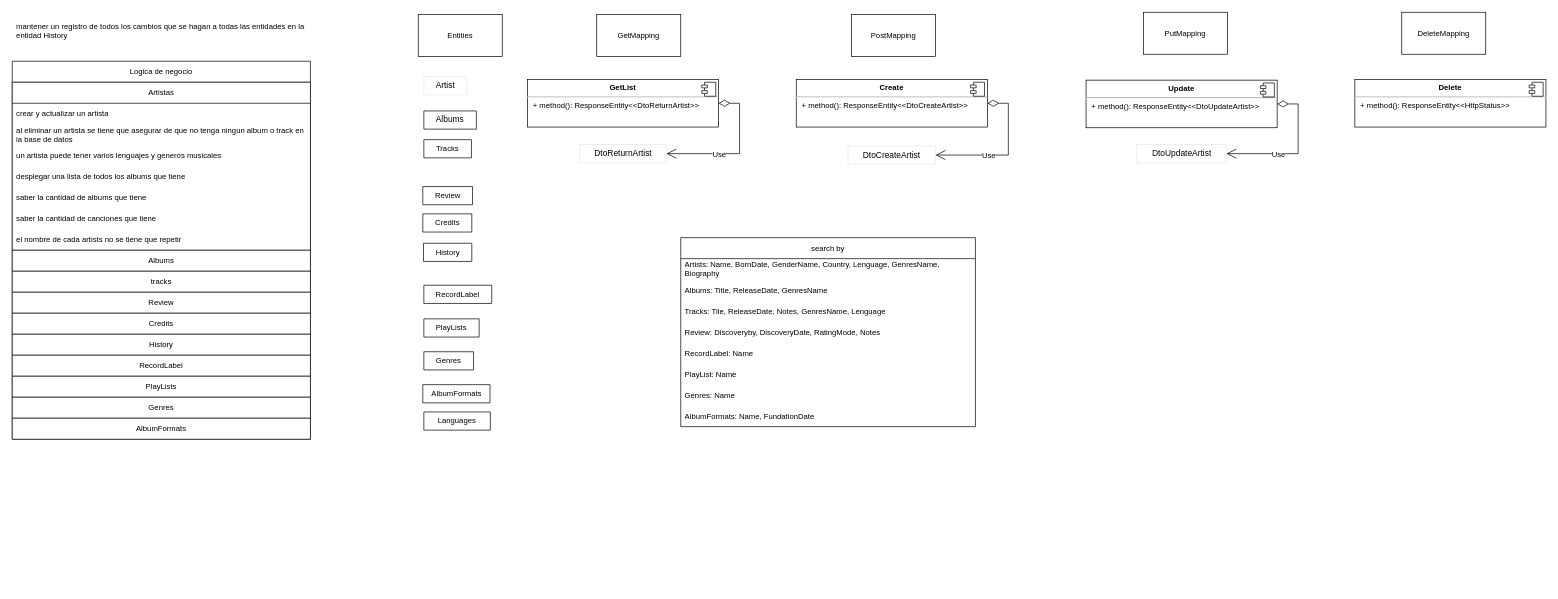
Before: page "planificando restful api" (4 of 4) of digrams.drawio in GutengMorgen/ShzTy, a draw.io diagram. Source tidied: cells renumbered, new cells numbered last; positions are measured from the earlier drawing's top-left corner, leaving out a move shared by most shapes. Both pictures are drawn from the tidied source at 70%, with x=0, y=0 at pixel (12, 12).
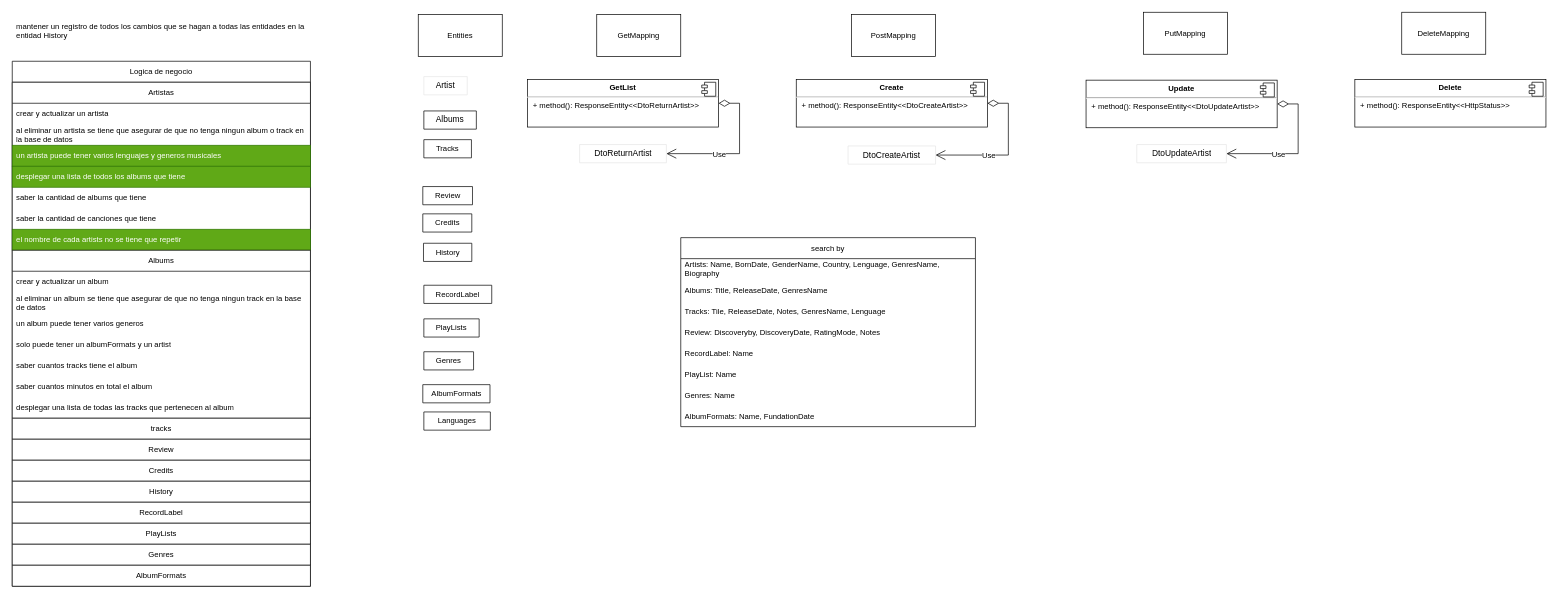
Above is the later version.

The change refers to these unchanged cells:
```xml
<mxCell id="35" value="Artistas" style="swimlane;fontStyle=0;horizontal=1;startSize=30;whiteSpace=wrap;html=1;fontFamily=Helvetica;fontSize=11;fontColor=default;swimlaneFillColor=default;" parent="34" vertex="1">
  <mxGeometry y="30" width="426" height="240" as="geometry" />
</mxCell>
```

Diff of the diagram source:
```diff
@@
     <mxCell id="34" value="Logica de negocio" style="swimlane;fontStyle=0;horizontal=1;startSize=30;whiteSpace=wrap;html=1;strokeColor=default;fontFamily=Helvetica;fontSize=11;fontColor=default;fillColor=default;" parent="1" vertex="1">
-      <mxGeometry y="70" width="426" height="540" as="geometry" />
+      <mxGeometry y="70" width="426" height="750" as="geometry" />
     </mxCell>
@@
-    <mxCell id="38" value="un artista puede tener varios lenguajes y generos musicales" style="text;strokeColor=none;fillColor=none;align=left;verticalAlign=middle;spacingLeft=4;spacingRight=4;overflow=hidden;whiteSpace=wrap;html=1;fontSize=11;fontFamily=Helvetica;fontColor=default;" parent="35" vertex="1">
+    <mxCell id="38" value="un artista puede tener varios lenguajes y generos musicales" style="text;strokeColor=#2D7600;fillColor=#60a917;align=left;verticalAlign=middle;spacingLeft=4;spacingRight=4;overflow=hidden;whiteSpace=wrap;html=1;fontSize=11;fontFamily=Helvetica;fontColor=#ffffff;" parent="35" vertex="1">
       <mxGeometry y="90" width="426" height="30" as="geometry" />
     </mxCell>
-    <mxCell id="39" value="desplegar una lista de todos los albums que tiene" style="text;strokeColor=none;fillColor=none;align=left;verticalAlign=middle;spacingLeft=4;spacingRight=4;overflow=hidden;whiteSpace=wrap;html=1;fontSize=11;fontFamily=Helvetica;fontColor=default;" parent="35" vertex="1">
+    <mxCell id="39" value="desplegar una lista de todos los albums que tiene" style="text;strokeColor=#2D7600;fillColor=#60a917;align=left;verticalAlign=middle;spacingLeft=4;spacingRight=4;overflow=hidden;whiteSpace=wrap;html=1;fontSize=11;fontFamily=Helvetica;fontColor=#ffffff;" parent="35" vertex="1">
       <mxGeometry y="120" width="426" height="30" as="geometry" />
     </mxCell>
@@
-    <mxCell id="42" value="el nombre de cada artists no se tiene que repetir" style="text;strokeColor=none;fillColor=none;align=left;verticalAlign=middle;spacingLeft=4;spacingRight=4;overflow=hidden;whiteSpace=wrap;html=1;fontSize=11;fontFamily=Helvetica;fontColor=default;" parent="35" vertex="1">
+    <mxCell id="42" value="el nombre de cada artists no se tiene que repetir" style="text;strokeColor=#2D7600;fillColor=#60a917;align=left;verticalAlign=middle;spacingLeft=4;spacingRight=4;overflow=hidden;whiteSpace=wrap;html=1;fontSize=11;fontFamily=Helvetica;fontColor=#ffffff;" parent="35" vertex="1">
       <mxGeometry y="210" width="426" height="30" as="geometry" />
     </mxCell>
-    <mxCell id="43" value="Albums" style="swimlane;fontStyle=0;horizontal=1;startSize=30;whiteSpace=wrap;html=1;fontFamily=Helvetica;fontSize=11;fontColor=default;swimlaneFillColor=default;" parent="34" vertex="1" collapsed="1">
-      <mxGeometry y="270" width="426" height="30" as="geometry" />
+    <mxCell id="43" value="Albums" style="swimlane;fontStyle=0;horizontal=1;startSize=30;whiteSpace=wrap;html=1;fontFamily=Helvetica;fontSize=11;fontColor=default;swimlaneFillColor=default;" parent="34" vertex="1">
+      <mxGeometry y="270" width="426" height="240" as="geometry" />
     </mxCell>
+    <mxCell id="63" value="crear y actualizar un album" style="text;strokeColor=none;fillColor=none;align=left;verticalAlign=middle;spacingLeft=4;spacingRight=4;overflow=hidden;whiteSpace=wrap;html=1;fontSize=11;fontFamily=Helvetica;fontColor=default;" parent="43" vertex="1">
+      <mxGeometry y="30" width="426" height="30" as="geometry" />
+    </mxCell>
+    <mxCell id="64" value="al eliminar un album se tiene que asegurar de que no tenga ningun track en la base de datos" style="text;strokeColor=none;fillColor=none;align=left;verticalAlign=middle;spacingLeft=4;spacingRight=4;overflow=hidden;whiteSpace=wrap;html=1;fontSize=11;fontFamily=Helvetica;fontColor=default;" parent="43" vertex="1">
+      <mxGeometry y="60" width="426" height="30" as="geometry" />
+    </mxCell>
+    <mxCell id="65" value="un album puede tener varios generos" style="text;strokeColor=none;fillColor=none;align=left;verticalAlign=middle;spacingLeft=4;spacingRight=4;overflow=hidden;whiteSpace=wrap;html=1;fontSize=11;fontFamily=Helvetica;fontColor=default;" parent="43" vertex="1">
+      <mxGeometry y="90" width="426" height="30" as="geometry" />
+    </mxCell>
+    <mxCell id="66" value="solo puede tener un albumFormats y un artist" style="text;strokeColor=none;fillColor=none;align=left;verticalAlign=middle;spacingLeft=4;spacingRight=4;overflow=hidden;whiteSpace=wrap;html=1;fontSize=11;fontFamily=Helvetica;fontColor=default;" parent="43" vertex="1">
+      <mxGeometry y="120" width="426" height="30" as="geometry" />
+    </mxCell>
+    <mxCell id="67" value="saber cuantos tracks tiene el album" style="text;strokeColor=none;fillColor=none;align=left;verticalAlign=middle;spacingLeft=4;spacingRight=4;overflow=hidden;whiteSpace=wrap;html=1;fontSize=11;fontFamily=Helvetica;fontColor=default;" parent="43" vertex="1">
+      <mxGeometry y="150" width="426" height="30" as="geometry" />
+    </mxCell>
+    <mxCell id="68" value="saber cuantos minutos en total el album" style="text;strokeColor=none;fillColor=none;align=left;verticalAlign=middle;spacingLeft=4;spacingRight=4;overflow=hidden;whiteSpace=wrap;html=1;fontSize=11;fontFamily=Helvetica;fontColor=default;" parent="43" vertex="1">
+      <mxGeometry y="180" width="426" height="30" as="geometry" />
+    </mxCell>
+    <mxCell id="69" value="desplegar una lista de todas las tracks que pertenecen al album" style="text;strokeColor=none;fillColor=none;align=left;verticalAlign=middle;spacingLeft=4;spacingRight=4;overflow=hidden;whiteSpace=wrap;html=1;fontSize=11;fontFamily=Helvetica;fontColor=default;" parent="43" vertex="1">
+      <mxGeometry y="210" width="426" height="30" as="geometry" />
+    </mxCell>
     <mxCell id="44" value="tracks" style="swimlane;fontStyle=0;horizontal=1;startSize=30;whiteSpace=wrap;html=1;fontFamily=Helvetica;fontSize=11;fontColor=default;swimlaneFillColor=default;" parent="34" vertex="1" collapsed="1">
-      <mxGeometry y="300" width="426" height="30" as="geometry" />
+      <mxGeometry y="510" width="426" height="30" as="geometry" />
     </mxCell>
     <mxCell id="45" value="Review" style="swimlane;fontStyle=0;horizontal=1;startSize=30;whiteSpace=wrap;html=1;fontFamily=Helvetica;fontSize=11;fontColor=default;swimlaneFillColor=default;" parent="34" vertex="1" collapsed="1">
-      <mxGeometry y="330" width="426" height="30" as="geometry" />
+      <mxGeometry y="540" width="426" height="30" as="geometry" />
     </mxCell>
     <mxCell id="46" value="Credits" style="swimlane;fontStyle=0;horizontal=1;startSize=30;whiteSpace=wrap;html=1;fontFamily=Helvetica;fontSize=11;fontColor=default;swimlaneFillColor=default;" parent="34" vertex="1" collapsed="1">
-      <mxGeometry y="360" width="426" height="30" as="geometry" />
+      <mxGeometry y="570" width="426" height="30" as="geometry" />
     </mxCell>
     <mxCell id="47" value="History" style="swimlane;fontStyle=0;horizontal=1;startSize=30;whiteSpace=wrap;html=1;fontFamily=Helvetica;fontSize=11;fontColor=default;swimlaneFillColor=default;" parent="34" vertex="1" collapsed="1">
-      <mxGeometry y="390" width="426" height="30" as="geometry" />
+      <mxGeometry y="600" width="426" height="30" as="geometry" />
     </mxCell>
     <mxCell id="48" value="RecordLabel" style="swimlane;fontStyle=0;horizontal=1;startSize=30;whiteSpace=wrap;html=1;fontFamily=Helvetica;fontSize=11;fontColor=default;" parent="34" vertex="1" collapsed="1">
-      <mxGeometry y="420" width="426" height="30" as="geometry" />
+      <mxGeometry y="630" width="426" height="30" as="geometry" />
     </mxCell>
     <mxCell id="49" value="PlayLists" style="swimlane;fontStyle=0;horizontal=1;startSize=30;whiteSpace=wrap;html=1;fontFamily=Helvetica;fontSize=11;fontColor=default;" parent="34" vertex="1" collapsed="1">
-      <mxGeometry y="450" width="426" height="30" as="geometry" />
+      <mxGeometry y="660" width="426" height="30" as="geometry" />
     </mxCell>
     <mxCell id="50" value="Genres" style="swimlane;fontStyle=0;horizontal=1;startSize=30;whiteSpace=wrap;html=1;fontFamily=Helvetica;fontSize=11;fontColor=default;" parent="34" vertex="1" collapsed="1">
-      <mxGeometry y="480" width="426" height="30" as="geometry" />
+      <mxGeometry y="690" width="426" height="30" as="geometry" />
     </mxCell>
     <mxCell id="51" value="AlbumFormats" style="swimlane;fontStyle=0;horizontal=1;startSize=30;whiteSpace=wrap;html=1;fontFamily=Helvetica;fontSize=11;fontColor=default;" parent="34" vertex="1" collapsed="1">
-      <mxGeometry y="510" width="426" height="30" as="geometry" />
+      <mxGeometry y="720" width="426" height="30" as="geometry" />
     </mxCell>
```
